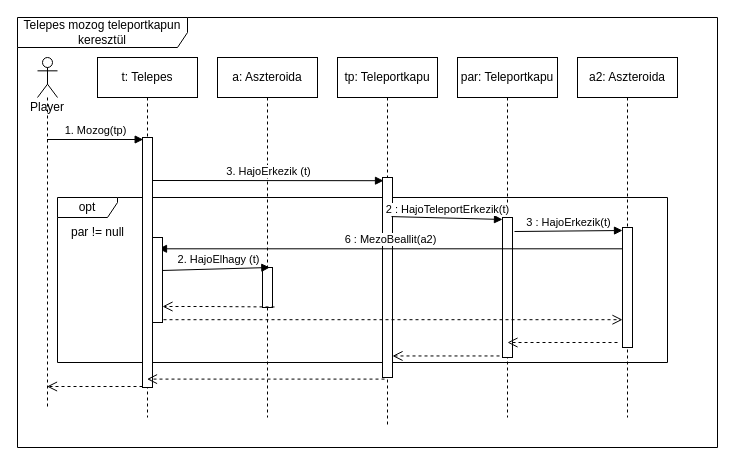
Earlier version of the draw.io diagram page "Telepes" (1 of 2) of doc/szekvencia/4het_szek_TeleportMozgas.drawio (torpeBoiGo/aszteroidabanyaszat). Source tidied: cells renumbered, new cells numbered last; positions are measured from the earlier drawing's top-left corner, leaving out a move shared by most shapes. Both pictures are drawn from the tidied source at 100%, with x=0, y=0 at pixel (17, 17).
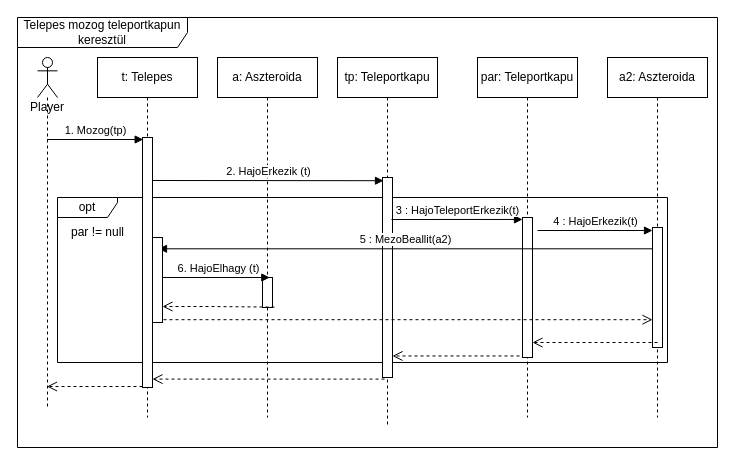
Above is the later version.

The change refers to these unchanged cells:
```xml
<mxCell id="4" value="t: Telepes" style="shape=umlLifeline;perimeter=lifelinePerimeter;whiteSpace=wrap;html=1;outlineConnect=0;" parent="1" vertex="1">
  <mxGeometry x="80" y="40" width="100" height="360" as="geometry" />
</mxCell>
<mxCell id="5" value="a: Aszteroida" style="shape=umlLifeline;perimeter=lifelinePerimeter;whiteSpace=wrap;html=1;" parent="1" vertex="1">
  <mxGeometry x="200" y="40" width="100" height="360" as="geometry" />
</mxCell>
<mxCell id="11" style="html=1;points=[];perimeter=orthogonalPerimeter;" parent="1" vertex="1">
  <mxGeometry x="125" y="120" width="10" height="250" as="geometry" />
</mxCell>
<mxCell id="16" value="tp: Teleportkapu" style="shape=umlLifeline;perimeter=lifelinePerimeter;whiteSpace=wrap;html=1;outlineConnect=0;" parent="1" vertex="1">
  <mxGeometry x="320" y="40" width="100" height="370" as="geometry" />
</mxCell>
<mxCell id="17" style="html=1;points=[];perimeter=orthogonalPerimeter;" parent="16" vertex="1">
  <mxGeometry x="45" y="120" width="10" height="200" as="geometry" />
</mxCell>
<mxCell id="19" style="html=1;points=[];perimeter=orthogonalPerimeter;" parent="18" vertex="1">
  <mxGeometry x="45" y="160" width="10" height="140" as="geometry" />
</mxCell>
<mxCell id="21" style="html=1;points=[];perimeter=orthogonalPerimeter;" parent="20" vertex="1">
  <mxGeometry x="45" y="170" width="10" height="120" as="geometry" />
</mxCell>
<mxCell id="28" style="html=1;points=[];perimeter=orthogonalPerimeter;" parent="1" vertex="1">
  <mxGeometry x="135" y="220" width="10" height="85" as="geometry" />
</mxCell>
```

The edit, as a diff of the source:
```diff
@@
     <mxCell id="6" style="html=1;points=[];perimeter=orthogonalPerimeter;" parent="5" vertex="1">
-      <mxGeometry x="45" y="210" width="10" height="40" as="geometry" />
+      <mxGeometry x="45" y="220" width="10" height="30" as="geometry" />
     </mxCell>
-    <mxCell id="7" value="2. HajoElhagy (t)" style="html=1;verticalAlign=bottom;endArrow=block;entryX=0.733;entryY=0;entryDx=0;entryDy=0;entryPerimeter=0;exitX=1;exitY=0.388;exitDx=0;exitDy=0;exitPerimeter=0;" parent="1" edge="1" source="28" target="6">
+    <mxCell id="7" value="6. HajoElhagy (t)" style="html=1;verticalAlign=bottom;endArrow=block;entryX=0.733;entryY=0;entryDx=0;entryDy=0;entryPerimeter=0;" parent="1" edge="1" source="28" target="6">
       <mxGeometry x="0.05" relative="1" as="geometry" />
     </mxCell>
@@
-    <mxCell id="9" value="3. HajoErkezik (t)" style="html=1;verticalAlign=bottom;endArrow=block;exitX=1;exitY=0.172;exitDx=0;exitDy=0;exitPerimeter=0;entryX=0.1;entryY=0.016;entryDx=0;entryDy=0;entryPerimeter=0;" parent="1" edge="1" source="11" target="17">
+    <mxCell id="9" value="2. HajoErkezik (t)" style="html=1;verticalAlign=bottom;endArrow=block;exitX=1;exitY=0.172;exitDx=0;exitDy=0;exitPerimeter=0;entryX=0.1;entryY=0.016;entryDx=0;entryDy=0;entryPerimeter=0;" parent="1" edge="1" source="11" target="17">
       <mxGeometry relative="1" as="geometry" />
     </mxCell>
@@
-    <mxCell id="14" style="html=1;verticalAlign=bottom;endArrow=open;dashed=1;endSize=8;exitX=0.2;exitY=1.008;exitDx=0;exitDy=0;exitPerimeter=0;" parent="1" edge="1" source="17" target="4">
+    <mxCell id="14" style="html=1;verticalAlign=bottom;endArrow=open;dashed=1;endSize=8;exitX=0.2;exitY=1.008;exitDx=0;exitDy=0;exitPerimeter=0;" parent="1" edge="1" source="17" target="11">
       <mxGeometry x="-0.09" relative="1" as="geometry" />
     </mxCell>
@@
     <mxCell id="18" value="par: Teleportkapu" style="shape=umlLifeline;perimeter=lifelinePerimeter;whiteSpace=wrap;html=1;" parent="1" vertex="1">
-      <mxGeometry x="440" y="40" width="100" height="360" as="geometry" />
+      <mxGeometry x="460" y="40" width="100" height="360" as="geometry" />
     </mxCell>
@@
     <mxCell id="20" value="a2: Aszteroida" style="shape=umlLifeline;perimeter=lifelinePerimeter;whiteSpace=wrap;html=1;" parent="1" vertex="1">
-      <mxGeometry x="560" y="40" width="100" height="360" as="geometry" />
+      <mxGeometry x="590" y="40" width="100" height="360" as="geometry" />
     </mxCell>
@@
-    <mxCell id="22" value="2 : HajoTeleportErkezik(t)" style="html=1;verticalAlign=bottom;endArrow=block;exitX=0.54;exitY=0.43;exitDx=0;exitDy=0;exitPerimeter=0;entryX=0;entryY=0.014;entryDx=0;entryDy=0;entryPerimeter=0;" parent="1" edge="1" source="16" target="19">
-      <mxGeometry relative="1" as="geometry" />
+    <mxCell id="22" value="3 : HajoTeleportErkezik(t)" style="html=1;verticalAlign=bottom;endArrow=block;entryX=0;entryY=0.014;entryDx=0;entryDy=0;entryPerimeter=0;" parent="1" edge="1" target="19">
+      <mxGeometry relative="1" as="geometry">
+        <mxPoint x="374" y="202" as="sourcePoint" />
+      </mxGeometry>
     </mxCell>
-    <mxCell id="23" value="3 : HajoErkezik(t)" style="html=1;verticalAlign=bottom;endArrow=block;entryX=0;entryY=0.025;entryDx=0;entryDy=0;entryPerimeter=0;exitX=1.2;exitY=0.1;exitDx=0;exitDy=0;exitPerimeter=0;" parent="1" edge="1" source="19" target="21">
-      <mxGeometry relative="1" as="geometry" />
+    <mxCell id="23" value="4 : HajoErkezik(t)" style="html=1;verticalAlign=bottom;endArrow=block;entryX=0;entryY=0.025;entryDx=0;entryDy=0;entryPerimeter=0;" parent="1" edge="1" target="21">
+      <mxGeometry relative="1" as="geometry">
+        <mxPoint x="520" y="213" as="sourcePoint" />
+      </mxGeometry>
     </mxCell>
@@
-    <mxCell id="25" style="html=1;verticalAlign=bottom;endArrow=open;dashed=1;endSize=8;" parent="1" edge="1">
+    <mxCell id="25" style="html=1;verticalAlign=bottom;endArrow=open;dashed=1;endSize=8;" parent="1" edge="1" target="19">
       <mxGeometry relative="1" as="geometry">
-        <mxPoint x="600" y="325" as="sourcePoint" />
-        <mxPoint x="490" y="325" as="targetPoint" />
+        <mxPoint x="640" y="325" as="sourcePoint" />
       </mxGeometry>
     </mxCell>
@@
-    <mxCell id="27" value="6 : MezoBeallit(a2)" style="html=1;verticalAlign=bottom;endArrow=block;entryX=0.6;entryY=0.133;entryDx=0;entryDy=0;entryPerimeter=0;" parent="1" edge="1" source="21" target="28">
+    <mxCell id="27" value="5 : MezoBeallit(a2)" style="html=1;verticalAlign=bottom;endArrow=block;entryX=0.6;entryY=0.133;entryDx=0;entryDy=0;entryPerimeter=0;" parent="1" edge="1" source="21" target="28">
       <mxGeometry relative="1" as="geometry" />
     </mxCell>
```
